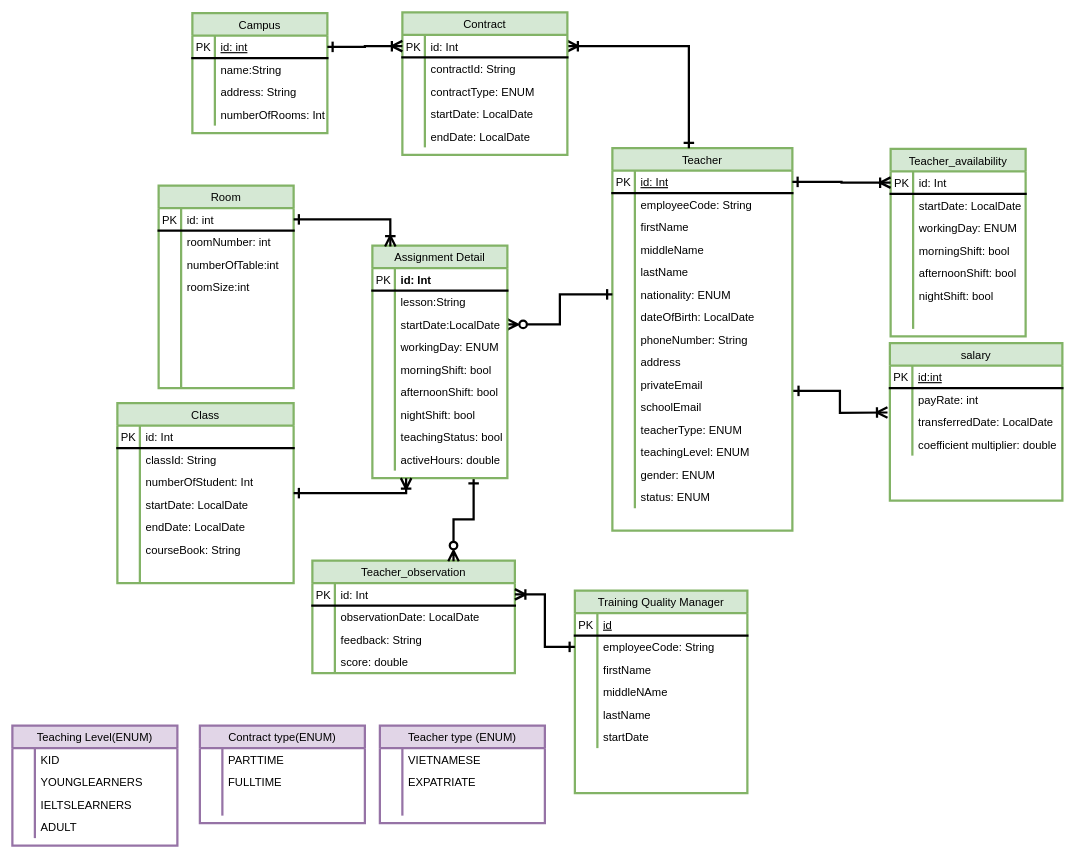
AmberNguyn/PersonalProject_TeacherManagement keeps this draw.io diagram as Teacher_Management_System - Type.drawio. Above is the earlier version. Source tidied: cells renumbered, new cells numbered last; positions are measured from the earlier drawing's top-left corner, leaving out a move shared by most shapes. Both pictures are drawn from the tidied source at 75%, with x=0, y=0 at pixel (12, 12).
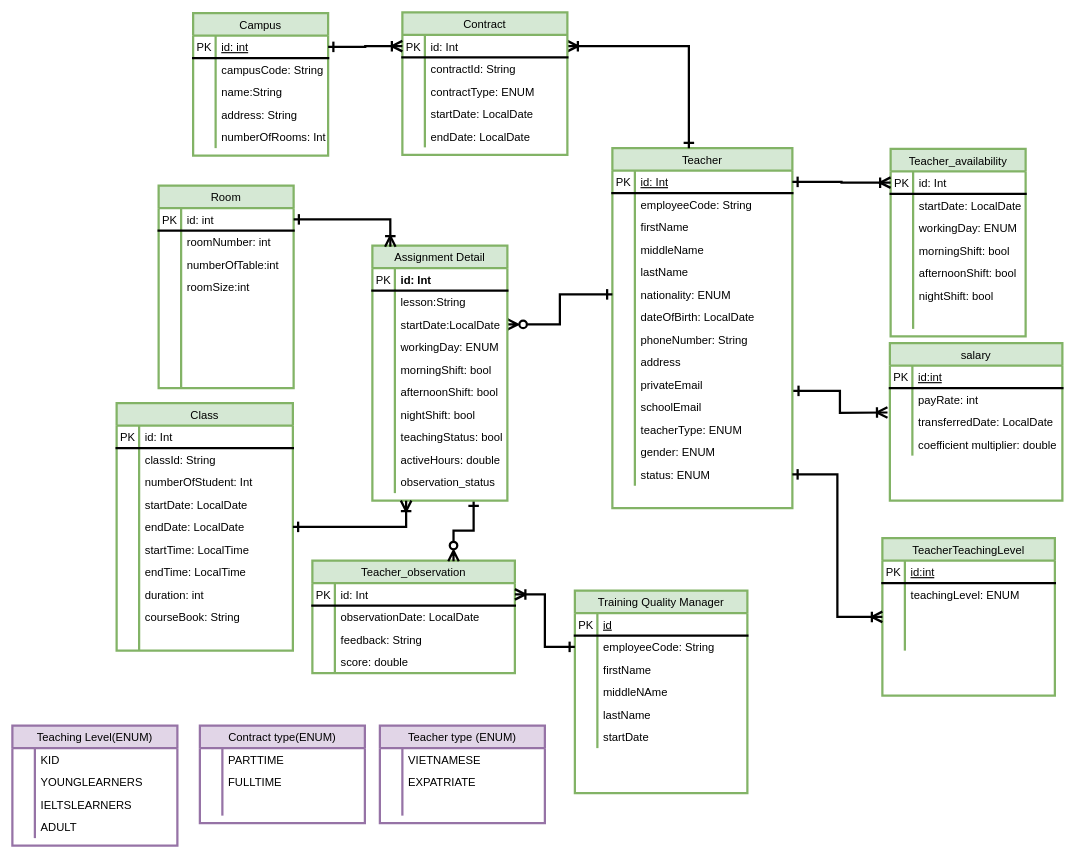
The same page after the edit.

The change refers to these unchanged cells:
```xml
<mxCell id="84" style="shape=tableRow;horizontal=0;startSize=0;swimlaneHead=0;swimlaneBody=0;fillColor=none;top=0;left=0;right=0;bottom=0;labelBackgroundColor=none;fontSize=15;strokeWidth=3;fontStyle=0;" parent="80" vertex="1">
  <mxGeometry y="60" width="180" height="30" as="geometry" />
</mxCell>
```

The edit, as a diff of the source:
```diff
@@
     <mxCell id="2" value="Teacher" style="shape=table;startSize=30;childLayout=tableLayout;rowLines=0;fontStyle=0;align=center;labelBackgroundColor=none;fontSize=15;strokeWidth=3;fillColor=#d5e8d4;strokeColor=#82b366;" parent="1" vertex="1">
-      <mxGeometry x="800" y="181" width="240" height="510" as="geometry" />
+      <mxGeometry x="800" y="181" width="240" height="480" as="geometry" />
     </mxCell>
@@
-    <mxCell id="39" style="shape=tableRow;horizontal=0;startSize=0;swimlaneHead=0;swimlaneBody=0;fillColor=none;top=0;left=0;right=0;bottom=0;labelBackgroundColor=none;fontSize=15;strokeWidth=3;fontStyle=0;" parent="2" vertex="1">
-      <mxGeometry y="390" width="240" height="30" as="geometry" />
-    </mxCell>
-    <mxCell id="40" style="shape=partialRectangle;fillColor=none;top=0;left=0;bottom=0;right=0;overflow=hidden;labelBackgroundColor=none;fontSize=15;strokeWidth=3;fontStyle=0;" parent="39" vertex="1">
-      <mxGeometry width="30" height="30" as="geometry" />
-    </mxCell>
-    <mxCell id="41" value="teachingLevel: ENUM" style="shape=partialRectangle;fillColor=none;top=0;left=0;bottom=0;right=0;align=left;spacingLeft=6;overflow=hidden;labelBackgroundColor=none;fontSize=15;strokeWidth=3;fontStyle=0;" parent="39" vertex="1">
-      <mxGeometry x="30" width="210" height="30" as="geometry" />
-    </mxCell>
     <mxCell id="42" style="shape=tableRow;horizontal=0;startSize=0;swimlaneHead=0;swimlaneBody=0;fillColor=none;top=0;left=0;right=0;bottom=0;labelBackgroundColor=none;fontSize=15;strokeWidth=3;fontStyle=0;" parent="2" vertex="1">
-      <mxGeometry y="420" width="240" height="30" as="geometry" />
+      <mxGeometry y="390" width="240" height="30" as="geometry" />
     </mxCell>
@@
     <mxCell id="45" style="shape=tableRow;horizontal=0;startSize=0;swimlaneHead=0;swimlaneBody=0;fillColor=none;points=[[0,0.5],[1,0.5]];portConstraint=eastwest;top=0;left=0;right=0;bottom=0;labelBackgroundColor=none;fontSize=15;strokeWidth=3;fontStyle=0;" parent="2" vertex="1">
-      <mxGeometry y="450" width="240" height="30" as="geometry" />
+      <mxGeometry y="420" width="240" height="30" as="geometry" />
     </mxCell>
@@
     <mxCell id="80" value="Campus" style="shape=table;startSize=30;childLayout=tableLayout;rowLines=0;fontStyle=0;align=center;labelBackgroundColor=none;fontSize=15;strokeWidth=3;fillColor=#d5e8d4;strokeColor=#82b366;" parent="1" vertex="1">
-      <mxGeometry x="240" y="1" width="180" height="160" as="geometry" />
+      <mxGeometry x="241" y="1" width="180" height="190" as="geometry" />
     </mxCell>
@@
-    <mxCell id="86" value="name:String" style="shape=partialRectangle;fillColor=none;top=0;left=0;bottom=0;right=0;align=left;spacingLeft=6;overflow=hidden;labelBackgroundColor=none;fontSize=15;strokeWidth=3;fontStyle=0;" parent="84" vertex="1">
+    <mxCell id="86" value="campusCode: String" style="shape=partialRectangle;fillColor=none;top=0;left=0;bottom=0;right=0;align=left;spacingLeft=6;overflow=hidden;labelBackgroundColor=none;fontSize=15;strokeWidth=3;fontStyle=0;" parent="84" vertex="1">
       <mxGeometry x="30" width="150" height="30" as="geometry" />
     </mxCell>
+    <mxCell id="261" style="shape=tableRow;horizontal=0;startSize=0;swimlaneHead=0;swimlaneBody=0;fillColor=none;top=0;left=0;right=0;bottom=0;labelBackgroundColor=none;fontSize=15;strokeWidth=3;fontStyle=0;" parent="80" vertex="1">
+      <mxGeometry y="90" width="180" height="30" as="geometry" />
+    </mxCell>
+    <mxCell id="262" style="shape=partialRectangle;fillColor=none;top=0;left=0;bottom=0;right=0;overflow=hidden;labelBackgroundColor=none;fontSize=15;strokeWidth=3;fontStyle=0;" parent="261" vertex="1">
+      <mxGeometry width="30" height="30" as="geometry" />
+    </mxCell>
+    <mxCell id="263" value="name:String" style="shape=partialRectangle;fillColor=none;top=0;left=0;bottom=0;right=0;align=left;spacingLeft=6;overflow=hidden;labelBackgroundColor=none;fontSize=15;strokeWidth=3;fontStyle=0;" parent="261" vertex="1">
+      <mxGeometry x="30" width="150" height="30" as="geometry" />
+    </mxCell>
     <mxCell id="87" style="shape=tableRow;horizontal=0;startSize=0;swimlaneHead=0;swimlaneBody=0;fillColor=none;top=0;left=0;right=0;bottom=0;labelBackgroundColor=none;fontSize=15;strokeWidth=3;fontStyle=0;" parent="80" vertex="1">
-      <mxGeometry y="90" width="180" height="30" as="geometry" />
+      <mxGeometry y="120" width="180" height="30" as="geometry" />
     </mxCell>
@@
     <mxCell id="90" style="shape=tableRow;horizontal=0;startSize=0;swimlaneHead=0;swimlaneBody=0;fillColor=none;top=0;left=0;right=0;bottom=0;labelBackgroundColor=none;fontSize=15;strokeWidth=3;fontStyle=0;" parent="80" vertex="1">
-      <mxGeometry y="120" width="180" height="30" as="geometry" />
+      <mxGeometry y="150" width="180" height="30" as="geometry" />
     </mxCell>
@@
     <mxCell id="115" value="Class" style="shape=table;startSize=30;childLayout=tableLayout;rowLines=0;fontStyle=0;align=center;labelBackgroundColor=none;fontSize=15;strokeWidth=3;fillColor=#d5e8d4;strokeColor=#82b366;" parent="1" vertex="1">
-      <mxGeometry x="140" y="521" width="235" height="240" as="geometry" />
+      <mxGeometry x="139" y="521" width="235" height="330" as="geometry" />
     </mxCell>
@@
+    <mxCell id="264" style="shape=tableRow;horizontal=0;startSize=0;swimlaneHead=0;swimlaneBody=0;fillColor=none;top=0;left=0;right=0;bottom=0;labelBackgroundColor=none;fontSize=15;strokeWidth=3;fontStyle=0;" parent="115" vertex="1">
+      <mxGeometry y="180" width="235" height="30" as="geometry" />
+    </mxCell>
+    <mxCell id="265" style="shape=partialRectangle;fillColor=none;top=0;left=0;bottom=0;right=0;overflow=hidden;labelBackgroundColor=none;fontSize=15;strokeWidth=3;fontStyle=0;" parent="264" vertex="1">
+      <mxGeometry width="30" height="30" as="geometry" />
+    </mxCell>
+    <mxCell id="266" value="startTime: LocalTime" style="shape=partialRectangle;fillColor=none;top=0;left=0;bottom=0;right=0;align=left;spacingLeft=6;overflow=hidden;labelBackgroundColor=none;fontSize=15;strokeWidth=3;fontStyle=0;" parent="264" vertex="1">
+      <mxGeometry x="30" width="205" height="30" as="geometry" />
+    </mxCell>
+    <mxCell id="267" style="shape=tableRow;horizontal=0;startSize=0;swimlaneHead=0;swimlaneBody=0;fillColor=none;top=0;left=0;right=0;bottom=0;labelBackgroundColor=none;fontSize=15;strokeWidth=3;fontStyle=0;" parent="115" vertex="1">
+      <mxGeometry y="210" width="235" height="30" as="geometry" />
+    </mxCell>
+    <mxCell id="268" style="shape=partialRectangle;fillColor=none;top=0;left=0;bottom=0;right=0;overflow=hidden;labelBackgroundColor=none;fontSize=15;strokeWidth=3;fontStyle=0;" parent="267" vertex="1">
+      <mxGeometry width="30" height="30" as="geometry" />
+    </mxCell>
+    <mxCell id="269" value="endTime: LocalTime" style="shape=partialRectangle;fillColor=none;top=0;left=0;bottom=0;right=0;align=left;spacingLeft=6;overflow=hidden;labelBackgroundColor=none;fontSize=15;strokeWidth=3;fontStyle=0;" parent="267" vertex="1">
+      <mxGeometry x="30" width="205" height="30" as="geometry" />
+    </mxCell>
+    <mxCell id="270" style="shape=tableRow;horizontal=0;startSize=0;swimlaneHead=0;swimlaneBody=0;fillColor=none;top=0;left=0;right=0;bottom=0;labelBackgroundColor=none;fontSize=15;strokeWidth=3;fontStyle=0;" parent="115" vertex="1">
+      <mxGeometry y="240" width="235" height="30" as="geometry" />
+    </mxCell>
+    <mxCell id="271" style="shape=partialRectangle;fillColor=none;top=0;left=0;bottom=0;right=0;overflow=hidden;labelBackgroundColor=none;fontSize=15;strokeWidth=3;fontStyle=0;" parent="270" vertex="1">
+      <mxGeometry width="30" height="30" as="geometry" />
+    </mxCell>
+    <mxCell id="272" value="duration: int" style="shape=partialRectangle;fillColor=none;top=0;left=0;bottom=0;right=0;align=left;spacingLeft=6;overflow=hidden;labelBackgroundColor=none;fontSize=15;strokeWidth=3;fontStyle=0;" parent="270" vertex="1">
+      <mxGeometry x="30" width="205" height="30" as="geometry" />
+    </mxCell>
     <mxCell id="131" style="shape=tableRow;horizontal=0;startSize=0;swimlaneHead=0;swimlaneBody=0;fillColor=none;top=0;left=0;right=0;bottom=0;labelBackgroundColor=none;fontSize=15;strokeWidth=3;fontStyle=0;" parent="115" vertex="1">
-      <mxGeometry y="180" width="235" height="30" as="geometry" />
+      <mxGeometry y="270" width="235" height="30" as="geometry" />
     </mxCell>
@@
     <mxCell id="134" style="shape=tableRow;horizontal=0;startSize=0;swimlaneHead=0;swimlaneBody=0;fillColor=none;top=0;left=0;right=0;bottom=0;labelBackgroundColor=none;fontSize=15;strokeWidth=3;fontStyle=0;" parent="115" vertex="1">
-      <mxGeometry y="210" width="235" height="30" as="geometry" />
+      <mxGeometry y="300" width="235" height="30" as="geometry" />
     </mxCell>
@@
     <mxCell id="142" value="Assignment Detail" style="shape=table;startSize=30;childLayout=tableLayout;rowLines=0;fontStyle=0;align=center;labelBackgroundColor=none;fontSize=15;strokeWidth=3;fillColor=#d5e8d4;strokeColor=#82b366;" parent="1" vertex="1">
-      <mxGeometry x="480" y="311" width="180" height="310" as="geometry" />
+      <mxGeometry x="480" y="311" width="180" height="340" as="geometry" />
     </mxCell>
@@
+    <mxCell id="273" style="shape=tableRow;horizontal=0;startSize=0;swimlaneHead=0;swimlaneBody=0;fillColor=none;top=0;left=0;right=0;bottom=0;labelBackgroundColor=none;fontSize=15;strokeWidth=3;fontStyle=0;" parent="142" vertex="1">
+      <mxGeometry y="300" width="180" height="30" as="geometry" />
+    </mxCell>
+    <mxCell id="274" style="shape=partialRectangle;fillColor=none;top=0;left=0;bottom=0;right=0;overflow=hidden;labelBackgroundColor=none;fontSize=15;strokeWidth=3;fontStyle=0;" parent="273" vertex="1">
+      <mxGeometry width="30" height="30" as="geometry" />
+    </mxCell>
+    <mxCell id="275" value="observation_status" style="shape=partialRectangle;fillColor=none;top=0;left=0;bottom=0;right=0;align=left;spacingLeft=6;overflow=hidden;labelBackgroundColor=none;fontSize=15;strokeWidth=3;fontStyle=0;" parent="273" vertex="1">
+      <mxGeometry x="30" width="150" height="30" as="geometry" />
+    </mxCell>
@@
+    <mxCell id="276" value="TeacherTeachingLevel" style="shape=table;startSize=30;childLayout=tableLayout;rowLines=0;fontStyle=0;align=center;labelBackgroundColor=none;fontSize=15;strokeWidth=3;fillColor=#d5e8d4;strokeColor=#82b366;" parent="1" vertex="1">
+      <mxGeometry x="1160" y="701" width="230" height="210" as="geometry" />
+    </mxCell>
+    <mxCell id="277" style="shape=tableRow;horizontal=0;startSize=0;swimlaneHead=0;swimlaneBody=0;fillColor=none;top=0;left=0;right=0;bottom=1;labelBackgroundColor=none;fontSize=15;strokeWidth=3;fontStyle=0;" parent="276" vertex="1">
+      <mxGeometry y="30" width="230" height="30" as="geometry" />
+    </mxCell>
+    <mxCell id="278" value="PK" style="shape=partialRectangle;fillColor=none;top=0;left=0;bottom=0;right=0;fontStyle=0;overflow=hidden;labelBackgroundColor=none;fontSize=15;strokeWidth=3;" parent="277" vertex="1">
+      <mxGeometry width="30" height="30" as="geometry" />
+    </mxCell>
+    <mxCell id="279" value="id:int" style="shape=partialRectangle;fillColor=none;top=0;left=0;bottom=0;right=0;align=left;spacingLeft=6;fontStyle=4;overflow=hidden;labelBackgroundColor=none;fontSize=15;strokeWidth=3;" parent="277" vertex="1">
+      <mxGeometry x="30" width="200" height="30" as="geometry" />
+    </mxCell>
+    <mxCell id="280" style="shape=tableRow;horizontal=0;startSize=0;swimlaneHead=0;swimlaneBody=0;fillColor=none;top=0;left=0;right=0;bottom=0;labelBackgroundColor=none;fontSize=15;strokeWidth=3;fontStyle=0;" parent="276" vertex="1">
+      <mxGeometry y="60" width="230" height="30" as="geometry" />
+    </mxCell>
+    <mxCell id="281" style="shape=partialRectangle;fillColor=none;top=0;left=0;bottom=0;right=0;overflow=hidden;labelBackgroundColor=none;fontSize=15;strokeWidth=3;fontStyle=0;" parent="280" vertex="1">
+      <mxGeometry width="30" height="30" as="geometry" />
+    </mxCell>
+    <mxCell id="41" value="teachingLevel: ENUM" style="shape=partialRectangle;fillColor=none;top=0;left=0;bottom=0;right=0;align=left;spacingLeft=6;overflow=hidden;labelBackgroundColor=none;fontSize=15;strokeWidth=3;fontStyle=0;" parent="280" vertex="1">
+      <mxGeometry x="30" width="200" height="30" as="geometry" />
+    </mxCell>
+    <mxCell id="282" style="shape=tableRow;horizontal=0;startSize=0;swimlaneHead=0;swimlaneBody=0;fillColor=none;points=[[0,0.5],[1,0.5]];portConstraint=eastwest;top=0;left=0;right=0;bottom=0;labelBackgroundColor=none;fontSize=15;strokeWidth=3;fontStyle=0;" parent="276" vertex="1">
+      <mxGeometry y="90" width="230" height="30" as="geometry" />
+    </mxCell>
+    <mxCell id="283" style="shape=partialRectangle;fillColor=none;top=0;left=0;bottom=0;right=0;overflow=hidden;labelBackgroundColor=none;fontSize=15;strokeWidth=3;fontStyle=0;" parent="282" vertex="1">
+      <mxGeometry width="30" height="30" as="geometry" />
+    </mxCell>
+    <mxCell id="284" style="shape=partialRectangle;fillColor=none;top=0;left=0;bottom=0;right=0;align=left;spacingLeft=6;overflow=hidden;labelBackgroundColor=none;fontSize=15;strokeWidth=3;fontStyle=0;" parent="282" vertex="1">
+      <mxGeometry x="30" width="200" height="30" as="geometry" />
+    </mxCell>
+    <mxCell id="285" style="shape=tableRow;horizontal=0;startSize=0;swimlaneHead=0;swimlaneBody=0;fillColor=none;top=0;left=0;right=0;bottom=0;labelBackgroundColor=none;fontSize=15;strokeWidth=3;fontStyle=0;" parent="276" vertex="1">
+      <mxGeometry y="120" width="230" height="30" as="geometry" />
+    </mxCell>
+    <mxCell id="286" style="shape=partialRectangle;fillColor=none;top=0;left=0;bottom=0;right=0;overflow=hidden;labelBackgroundColor=none;fontSize=15;strokeWidth=3;fontStyle=0;" parent="285" vertex="1">
+      <mxGeometry width="30" height="30" as="geometry" />
+    </mxCell>
+    <mxCell id="287" style="shape=partialRectangle;fillColor=none;top=0;left=0;bottom=0;right=0;align=left;spacingLeft=6;overflow=hidden;labelBackgroundColor=none;fontSize=15;strokeWidth=3;fontStyle=0;" parent="285" vertex="1">
+      <mxGeometry x="30" width="200" height="30" as="geometry" />
+    </mxCell>
+    <mxCell id="288" style="rounded=0;jettySize=auto;html=1;startArrow=ERone;startFill=0;endArrow=ERoneToMany;endFill=0;strokeWidth=3;endSize=10;startSize=10;edgeStyle=orthogonalEdgeStyle;entryX=0;entryY=0.5;entryDx=0;entryDy=0;fontStyle=0;" parent="1" edge="1" source="45" target="282">
+      <mxGeometry relative="1" as="geometry" />
+    </mxCell>
```
